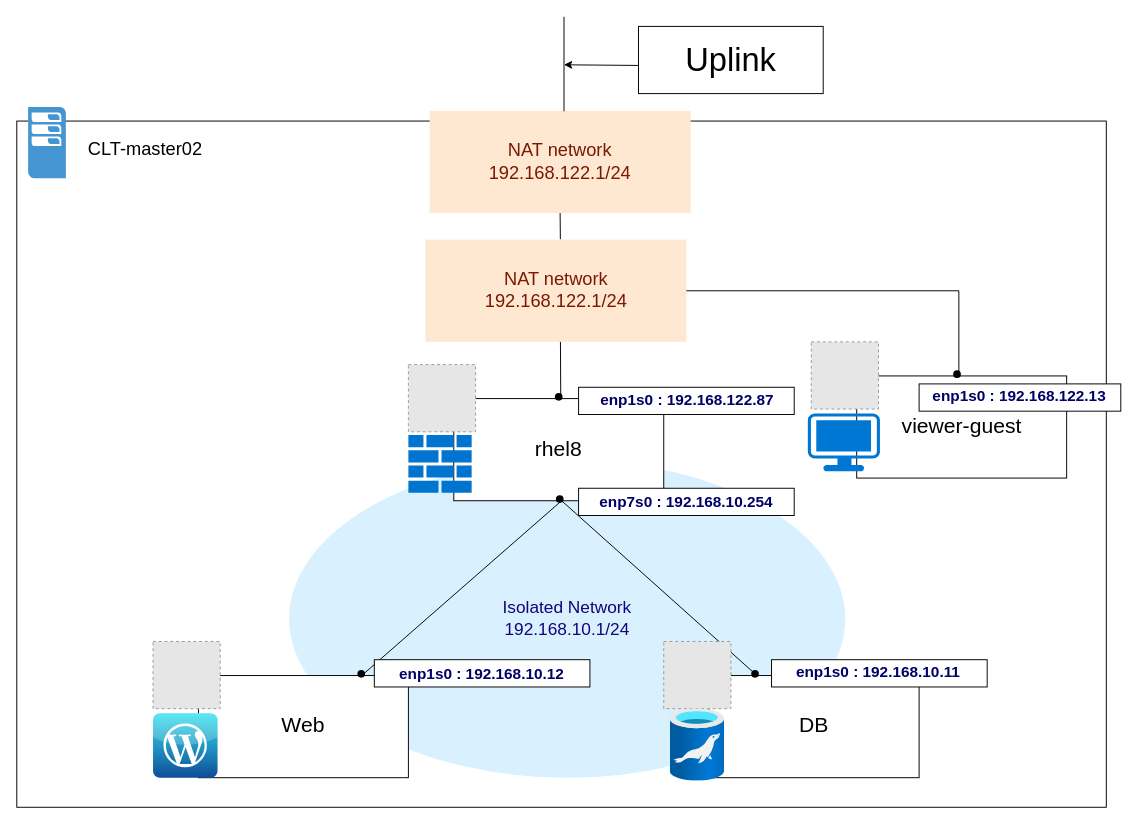
Above: iptables_test01_02.drawio in yokikim/Report-resource-linux (draw.io), before the change. Source tidied: cells renumbered, new cells numbered last; positions are measured from the earlier drawing's top-left corner, leaving out a move shared by most shapes. Both pictures are drawn from the tidied source at 96%, with x=0, y=0 at pixel (16, 16). Pictures stored in the file or linked from it are replaced by grey dashed boxes.
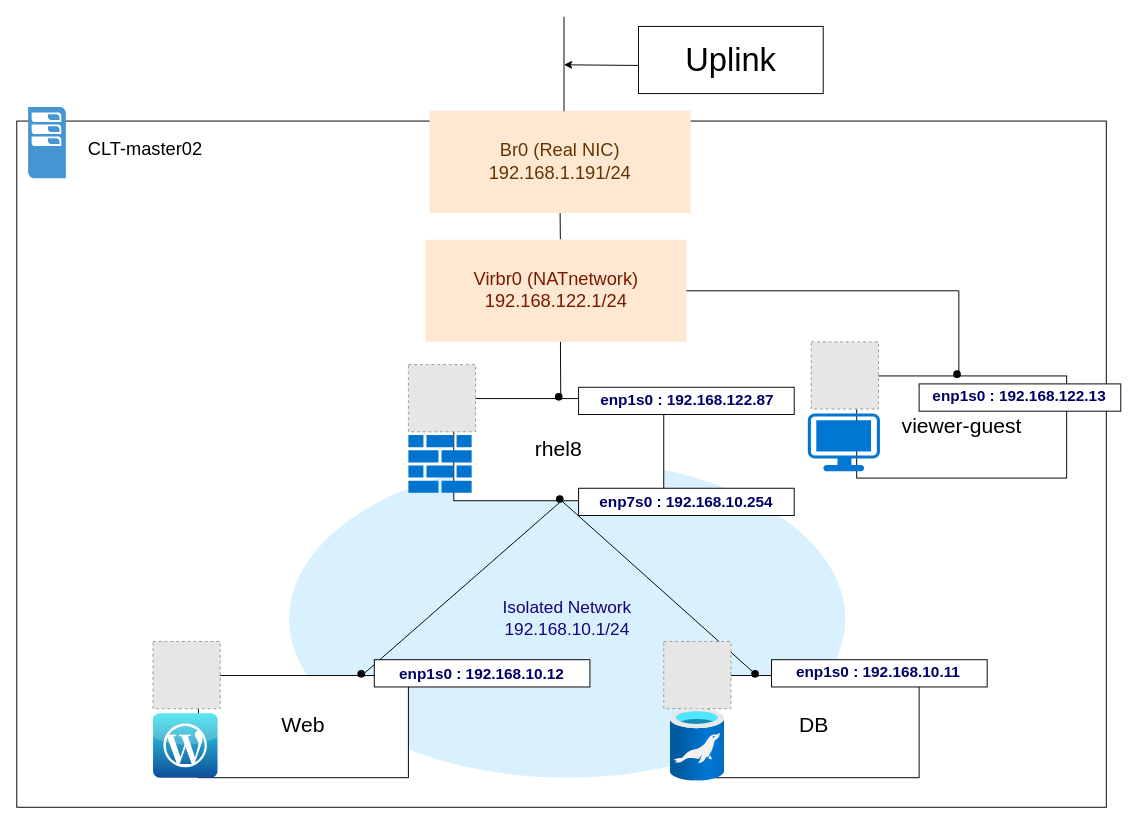
Above is the later version.

The change refers to these unchanged cells:
```xml
<mxCell id="2" style="group;" parent="1" vertex="1">
  <mxGeometry y="94" width="1134.9" height="729.4" as="geometry" />
</mxCell>
<mxCell id="7" style="group;" parent="1" vertex="1">
  <mxGeometry x="283.7" y="232.2" width="579.3" height="560.4" as="geometry" />
</mxCell>
```

Diff of the diagram source:
```diff
@@
-    <mxCell id="6" value="&lt;font color=&quot;#7a1800&quot;&gt;NAT network&lt;br&gt;192.168.122.1/24&lt;/font&gt;" style="rounded=0;whiteSpace=wrap;html=1;fontSize=19;fontColor=#14047A;fillColor=#FFE8D1;strokeColor=none;" parent="2" vertex="1">
+    <mxCell id="6" value="&lt;font color=&quot;#663300&quot;&gt;Br0 (Real NIC)&lt;br&gt;192.168.1.191/24&lt;/font&gt;" style="rounded=0;whiteSpace=wrap;html=1;fontSize=19;fontColor=#14047A;fillColor=#FFE8D1;strokeColor=none;" parent="2" vertex="1">
       <mxGeometry x="430" y="4" width="271.9" height="106.4" as="geometry" />
     </mxCell>
@@
-    <mxCell id="9" value="&lt;font color=&quot;#7a1800&quot;&gt;NAT network&lt;br&gt;192.168.122.1/24&lt;/font&gt;" style="rounded=0;whiteSpace=wrap;html=1;fontSize=19;fontColor=#14047A;fillColor=#FFE8D1;strokeColor=none;" parent="7" vertex="1">
+    <mxCell id="9" value="&lt;font color=&quot;#7a1800&quot;&gt;Virbr0 (NATnetwork)&lt;br&gt;192.168.122.1/24&lt;/font&gt;" style="rounded=0;whiteSpace=wrap;html=1;fontSize=19;fontColor=#14047A;fillColor=#FFE8D1;strokeColor=none;" parent="7" vertex="1">
       <mxGeometry x="141.9" width="271.9" height="106.4" as="geometry" />
     </mxCell>
```
